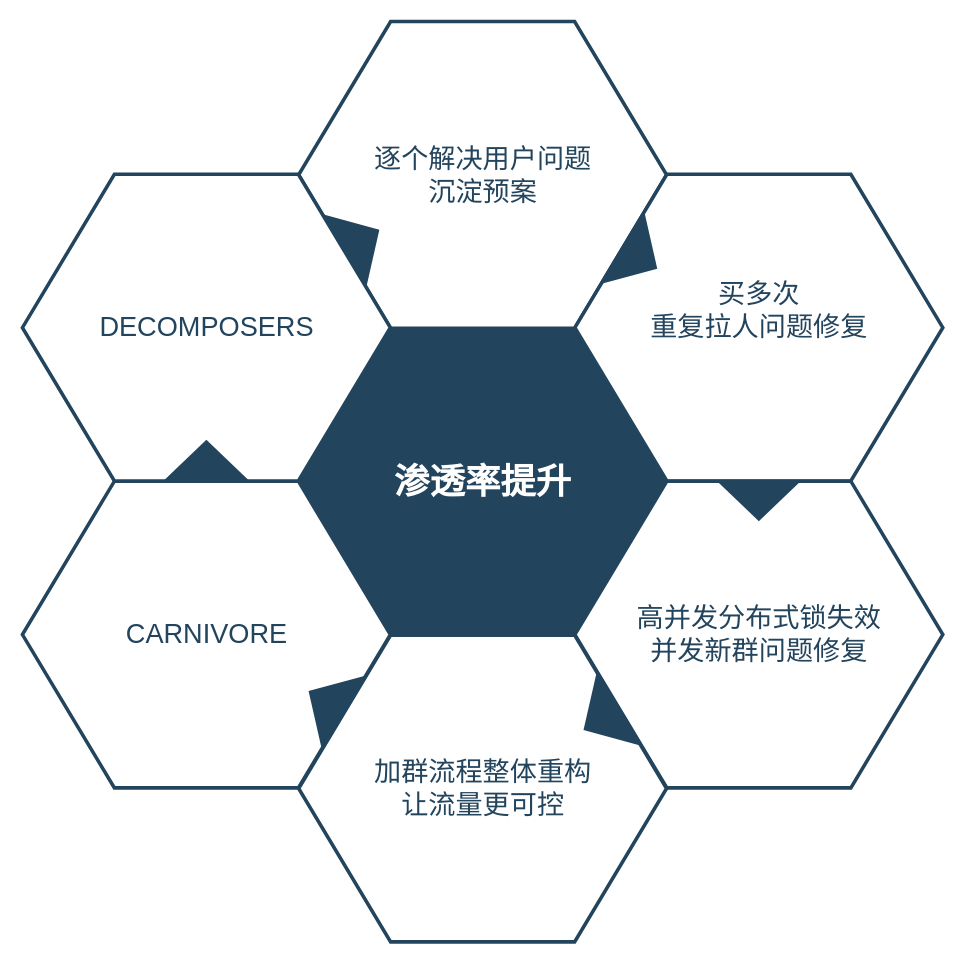
Earlier version of the draw.io diagram yejijianbao.drawio (killermyth/Documents). Source tidied: cells renumbered, new cells numbered last; positions are measured from the earlier drawing's top-left corner, leaving out a move shared by most shapes. Both pictures are drawn from the tidied source at 118%, with x=0, y=0 at pixel (21, 21).
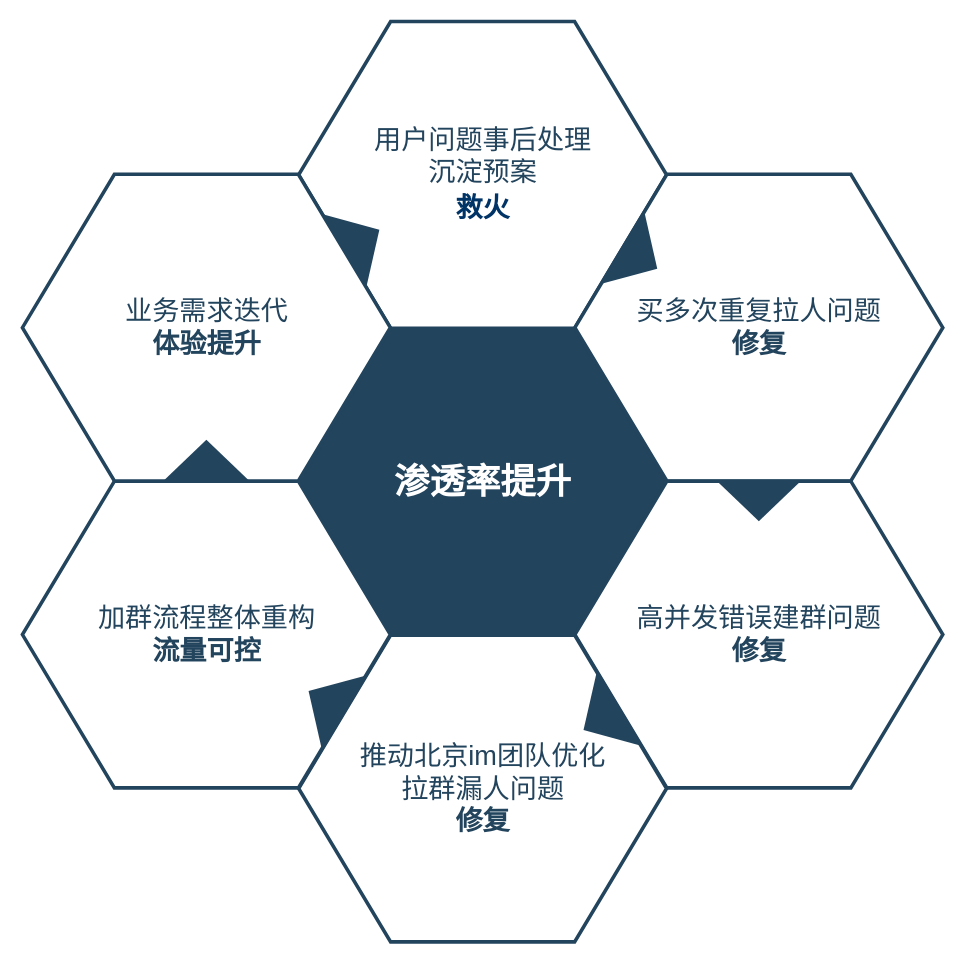
Above is the later version.

What changed in the source:
```diff
@@
 <mxGraphModel>
   <root>
     <mxCell id="0" />
     <mxCell id="1" parent="0" />
     <mxCell id="2" value="&lt;font color=&quot;#ffffff&quot;&gt;&lt;span style=&quot;font-size: 30px&quot;&gt;&lt;b&gt;渗透率提升&lt;/b&gt;&lt;/span&gt;&lt;/font&gt;" style="shape=hexagon;perimeter=hexagonPerimeter2;whiteSpace=wrap;html=1;shadow=0;labelBackgroundColor=none;strokeColor=#23445D;fillColor=#23445D;gradientColor=none;fontFamily=Helvetica;fontSize=23;fontColor=#23445d;align=center;strokeWidth=3;" parent="1" vertex="1">
       <mxGeometry x="234.6" y="259.8" width="311.8" height="259.9" as="geometry" />
     </mxCell>
     <mxCell id="3" style="triangle;whiteSpace=wrap;html=1;shadow=0;labelBackgroundColor=none;strokeColor=none;fillColor=#FFFFFF;fontFamily=Helvetica;fontSize=17;fontColor=#23445d;align=center;rotation=90;gradientColor=none;flipV=1;flipH=1;opacity=20;" parent="1" vertex="1">
       <mxGeometry x="115.5" y="277.7" width="72" height="152" as="geometry" />
     </mxCell>
-    <mxCell id="4" value="&lt;font style=&quot;font-size: 23px&quot;&gt;逐个解决用户问题&lt;br&gt;沉淀预案&lt;br&gt;&lt;/font&gt;" style="shape=hexagon;perimeter=hexagonPerimeter2;whiteSpace=wrap;html=1;shadow=0;labelBackgroundColor=none;strokeColor=#23445D;fillColor=#ffffff;gradientColor=none;fontFamily=Helvetica;fontSize=23;fontColor=#23445D;align=center;strokeWidth=3;" parent="1" vertex="1">
+    <mxCell id="4" value="&lt;font style=&quot;font-size: 23px&quot;&gt;用户问题事后处理&lt;br&gt;沉淀预案&lt;br&gt;&lt;font color=&quot;#003366&quot;&gt;&lt;b style=&quot;line-height: 1.4&quot;&gt;救火&lt;/b&gt;&lt;/font&gt;&lt;br&gt;&lt;/font&gt;" style="shape=hexagon;perimeter=hexagonPerimeter2;whiteSpace=wrap;html=1;shadow=0;labelBackgroundColor=none;strokeColor=#23445D;fillColor=#ffffff;gradientColor=none;fontFamily=Helvetica;fontSize=23;fontColor=#23445D;align=center;strokeWidth=3;" parent="1" vertex="1">
       <mxGeometry x="234.6" y="-0.3" width="311.8" height="259.9" as="geometry" />
     </mxCell>
-    <mxCell id="5" value="&lt;font style=&quot;font-size: 23px&quot;&gt;买多次&lt;br&gt;重复拉人问题修复&lt;br&gt;&lt;br&gt;&lt;/font&gt;" style="shape=hexagon;perimeter=hexagonPerimeter2;whiteSpace=wrap;html=1;shadow=0;labelBackgroundColor=none;strokeColor=#23445D;fillColor=#FFFFFF;gradientColor=none;fontFamily=Helvetica;fontSize=23;fontColor=#23445d;align=center;strokeWidth=3;" parent="1" vertex="1">
+    <mxCell id="5" value="&lt;font style=&quot;font-size: 23px&quot;&gt;买多次重复拉人问题&lt;br&gt;&lt;b&gt;修复&lt;/b&gt;&lt;br&gt;&lt;/font&gt;" style="shape=hexagon;perimeter=hexagonPerimeter2;whiteSpace=wrap;html=1;shadow=0;labelBackgroundColor=none;strokeColor=#23445D;fillColor=#FFFFFF;gradientColor=none;fontFamily=Helvetica;fontSize=23;fontColor=#23445d;align=center;strokeWidth=3;" parent="1" vertex="1">
       <mxGeometry x="468.7" y="129.2" width="311.8" height="259.9" as="geometry" />
     </mxCell>
-    <mxCell id="6" value="&lt;font style=&quot;font-size: 23px&quot;&gt;高并发分布式锁失效&lt;br&gt;并发新群问题修复&lt;/font&gt;" style="shape=hexagon;perimeter=hexagonPerimeter2;whiteSpace=wrap;html=1;shadow=0;labelBackgroundColor=none;strokeColor=#23445D;fillColor=#FFFFFF;gradientColor=none;fontFamily=Helvetica;fontSize=23;fontColor=#23445d;align=center;strokeWidth=3;" parent="1" vertex="1">
+    <mxCell id="6" value="&lt;font style=&quot;font-size: 23px&quot;&gt;高并发错误建群问题&lt;br&gt;&lt;b&gt;修复&lt;/b&gt;&lt;/font&gt;" style="shape=hexagon;perimeter=hexagonPerimeter2;whiteSpace=wrap;html=1;shadow=0;labelBackgroundColor=none;strokeColor=#23445D;fillColor=#FFFFFF;gradientColor=none;fontFamily=Helvetica;fontSize=23;fontColor=#23445d;align=center;strokeWidth=3;" parent="1" vertex="1">
       <mxGeometry x="468.7" y="389.3" width="311.8" height="259.9" as="geometry" />
     </mxCell>
-    <mxCell id="7" value="&lt;font style=&quot;font-size: 23px&quot;&gt;加群流程整体重构&lt;br&gt;让流量更可控&lt;br&gt;&lt;/font&gt;" style="shape=hexagon;perimeter=hexagonPerimeter2;whiteSpace=wrap;html=1;shadow=0;labelBackgroundColor=none;strokeColor=#23445D;fillColor=#FFFFFF;gradientColor=none;fontFamily=Helvetica;fontSize=23;fontColor=#23445d;align=center;strokeWidth=3;" parent="1" vertex="1">
+    <mxCell id="7" value="&lt;font style=&quot;font-size: 23px&quot;&gt;推动北京im团队优化&lt;br&gt;拉群漏人问题&lt;br&gt;&lt;b&gt;修复&lt;/b&gt;&lt;br&gt;&lt;/font&gt;" style="shape=hexagon;perimeter=hexagonPerimeter2;whiteSpace=wrap;html=1;shadow=0;labelBackgroundColor=none;strokeColor=#23445D;fillColor=#FFFFFF;gradientColor=none;fontFamily=Helvetica;fontSize=23;fontColor=#23445d;align=center;strokeWidth=3;" parent="1" vertex="1">
       <mxGeometry x="234.6" y="519.8" width="311.8" height="259.9" as="geometry" />
     </mxCell>
-    <mxCell id="8" value="&lt;font style=&quot;font-size: 23px&quot;&gt;CARNIVORE&lt;/font&gt;" style="shape=hexagon;perimeter=hexagonPerimeter2;whiteSpace=wrap;html=1;shadow=0;labelBackgroundColor=none;strokeColor=#23445D;fillColor=#FFFFFF;gradientColor=none;fontFamily=Helvetica;fontSize=23;fontColor=#23445d;align=center;strokeWidth=3;" parent="1" vertex="1">
+    <mxCell id="8" value="加群流程整体重构&lt;br&gt;&lt;b&gt;流量可控&lt;/b&gt;" style="shape=hexagon;perimeter=hexagonPerimeter2;whiteSpace=wrap;html=1;shadow=0;labelBackgroundColor=none;strokeColor=#23445D;fillColor=#FFFFFF;gradientColor=none;fontFamily=Helvetica;fontSize=23;fontColor=#23445d;align=center;strokeWidth=3;" parent="1" vertex="1">
       <mxGeometry x="0.5" y="389.3" width="311.8" height="259.9" as="geometry" />
     </mxCell>
-    <mxCell id="9" value="&lt;font style=&quot;font-size: 23px;&quot;&gt;DECOMPOSERS&lt;/font&gt;" style="shape=hexagon;perimeter=hexagonPerimeter2;whiteSpace=wrap;html=1;shadow=0;labelBackgroundColor=none;strokeColor=#23445D;fillColor=#ffffff;gradientColor=none;fontFamily=Helvetica;fontSize=23;fontColor=#23445D;align=center;strokeWidth=3;" parent="1" vertex="1">
+    <mxCell id="9" value="业务需求迭代&lt;br&gt;&lt;b&gt;体验提升&lt;/b&gt;" style="shape=hexagon;perimeter=hexagonPerimeter2;whiteSpace=wrap;html=1;shadow=0;labelBackgroundColor=none;strokeColor=#23445D;fillColor=#ffffff;gradientColor=none;fontFamily=Helvetica;fontSize=23;fontColor=#23445D;align=center;strokeWidth=3;" parent="1" vertex="1">
       <mxGeometry x="0.5" y="129.2" width="311.8" height="259.9" as="geometry" />
     </mxCell>
     <mxCell id="10" style="triangle;whiteSpace=wrap;html=1;shadow=0;labelBackgroundColor=none;strokeColor=none;fillColor=#23445D;fontFamily=Helvetica;fontSize=17;fontColor=#23445d;align=center;rotation=31;gradientColor=none;strokeWidth=3;" parent="1" vertex="1">
       <mxGeometry x="506" y="163.7" width="35" height="73" as="geometry" />
     </mxCell>
     <mxCell id="11" style="triangle;whiteSpace=wrap;html=1;shadow=0;labelBackgroundColor=none;strokeColor=none;fillColor=#23445D;fontFamily=Helvetica;fontSize=17;fontColor=#23445d;align=center;rotation=31;gradientColor=none;flipH=1;strokeWidth=3;" parent="1" vertex="1">
       <mxGeometry x="240.5" y="539.7" width="35" height="73" as="geometry" />
     </mxCell>
     <mxCell id="12" style="triangle;whiteSpace=wrap;html=1;shadow=0;labelBackgroundColor=none;strokeColor=none;fillColor=#23445D;fontFamily=Helvetica;fontSize=17;fontColor=#23445d;align=center;rotation=329;gradientColor=none;strokeWidth=3;" parent="1" vertex="1">
       <mxGeometry x="270.5" y="148.7" width="35" height="73" as="geometry" />
     </mxCell>
     <mxCell id="13" style="triangle;whiteSpace=wrap;html=1;shadow=0;labelBackgroundColor=none;strokeColor=none;fillColor=#23445D;fontFamily=Helvetica;fontSize=17;fontColor=#23445d;align=center;rotation=329;gradientColor=none;flipH=1;strokeWidth=3;" parent="1" vertex="1">
       <mxGeometry x="473.5" y="554.7" width="35" height="73" as="geometry" />
     </mxCell>
     <mxCell id="14" style="triangle;whiteSpace=wrap;html=1;shadow=0;labelBackgroundColor=none;strokeColor=none;fillColor=#23445D;fontFamily=Helvetica;fontSize=17;fontColor=#23445d;align=center;rotation=90;gradientColor=none;strokeWidth=3;" parent="1" vertex="1">
       <mxGeometry x="607.1" y="369.2" width="35" height="73" as="geometry" />
     </mxCell>
     <mxCell id="15" style="triangle;whiteSpace=wrap;html=1;shadow=0;labelBackgroundColor=none;strokeColor=none;fillColor=#23445D;fontFamily=Helvetica;fontSize=17;fontColor=#23445d;align=center;rotation=90;gradientColor=none;flipH=1;strokeWidth=3;" parent="1" vertex="1">
       <mxGeometry x="138.9" y="335.2" width="35" height="73" as="geometry" />
     </mxCell>
   </root>
 </mxGraphModel>
```
